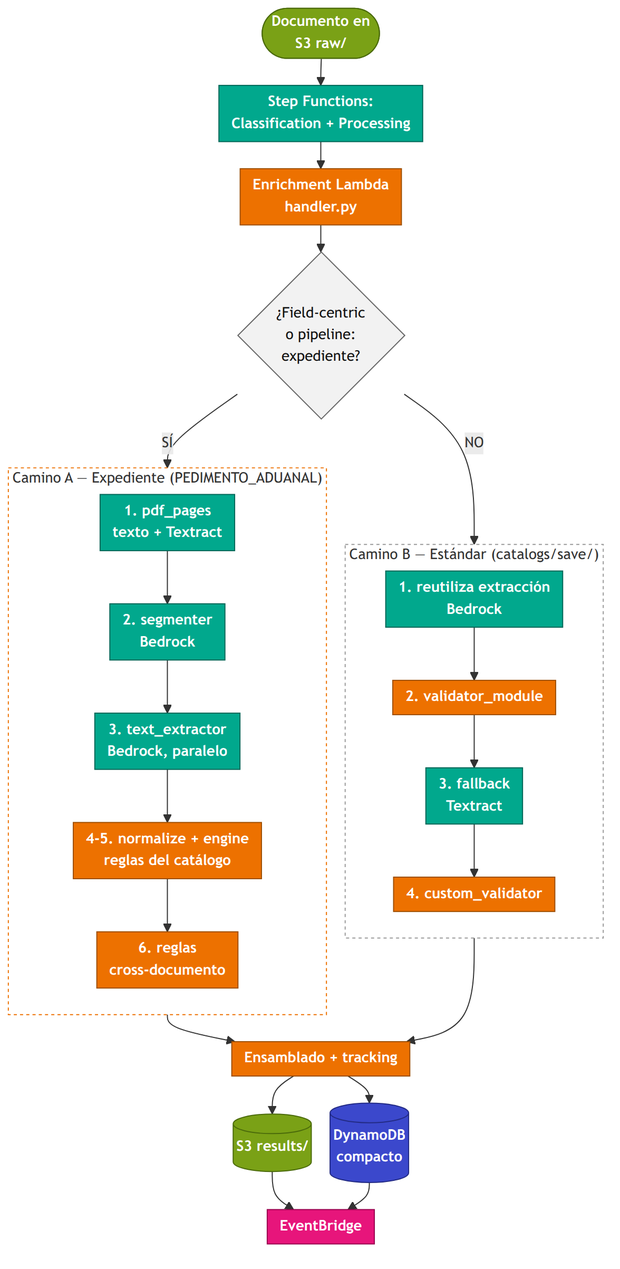
Above: documentacion/diagrams/flujo-ejecucion.png in LuisHM5/idp (Mermaid), before the change. Its source is kept beside it as documentacion/diagrams/flujo-ejecucion.mmd. Its diagram source:
```mermaid
%%{init: {'flowchart': {'nodeSpacing': 18, 'rankSpacing': 26, 'padding': 6, 'curve': 'basis'}, 'themeVariables': {'fontSize': '14px'}}}%%
flowchart TD
    START(["Documento en<br/>S3 raw/"]):::storage --> SFNPRE["Step Functions:<br/>Classification + Processing"]:::ml
    SFNPRE --> H["Enrichment Lambda<br/>handler.py"]:::compute
    H --> DEC{"¿Field-centric<br/>o pipeline:<br/>expediente?"}:::decision

    DEC -->|"SÍ"| CAMINOA
    DEC -->|"NO"| CAMINOB

    subgraph CAMINOA["Camino A — Expediente (PEDIMENTO_ADUANAL)"]
        direction TB
        P1["1. pdf_pages<br/>texto + Textract"]:::ml
        P2["2. segmenter<br/>Bedrock"]:::ml
        P3["3. text_extractor<br/>Bedrock, paralelo"]:::ml
        P4["4-5. normalize + engine<br/>reglas del catálogo"]:::compute
        P6["6. reglas<br/>cross-documento"]:::compute
        P1 --> P2 --> P3 --> P4 --> P6
    end

    subgraph CAMINOB["Camino B — Estándar (catalogs/save/)"]
        direction TB
        S1["1. reutiliza extracción<br/>Bedrock"]:::ml
        S2["2. validator_module"]:::compute
        S3["3. fallback<br/>Textract"]:::ml
        S4["4. custom_validator"]:::compute
        S1 --> S2 --> S3 --> S4
    end

    CAMINOA --> ASM
    CAMINOB --> ASM["Ensamblado + tracking"]:::compute

    ASM --> S3R[("S3 results/")]:::storage
    ASM --> DDB[("DynamoDB<br/>compacto")]:::database
    S3R --> EB["EventBridge"]:::integration
    DDB --> EB

    classDef compute fill:#ED7100,stroke:#9D4E00,color:#fff,font-weight:bold
    classDef storage fill:#7AA116,stroke:#4B6B0B,color:#fff,font-weight:bold
    classDef database fill:#3B48CC,stroke:#232B85,color:#fff,font-weight:bold
    classDef integration fill:#E7157B,stroke:#99034F,color:#fff,font-weight:bold
    classDef ml fill:#01A88D,stroke:#016657,color:#fff,font-weight:bold
    classDef decision fill:#F2F2F2,stroke:#666,color:#111

    style CAMINOA fill:transparent,stroke:#ED7100,stroke-width:1px,stroke-dasharray: 3 3,color:#333
    style CAMINOB fill:transparent,stroke:#999,stroke-width:1px,stroke-dasharray: 3 3,color:#333
```
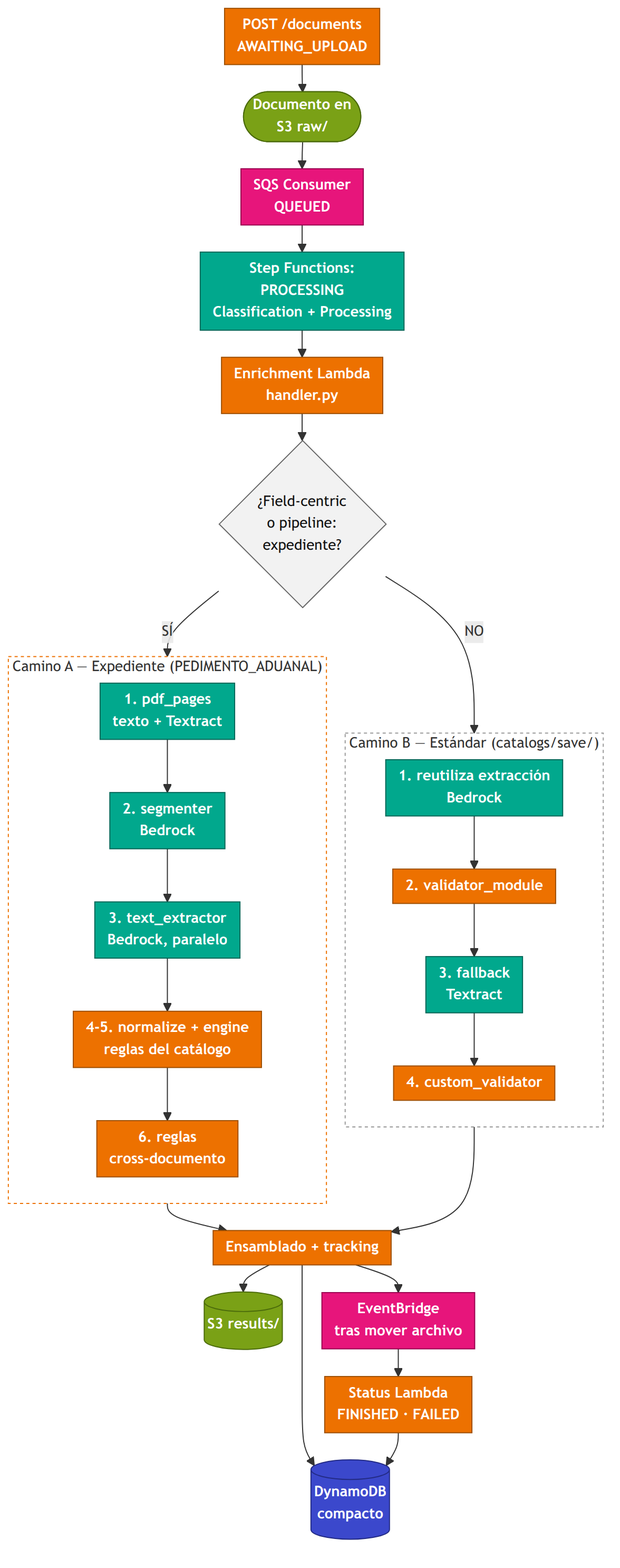
After the commit.

The edit, as a diff of the source:
```diff
@@ -1,6 +1,8 @@
 %%{init: {'flowchart': {'nodeSpacing': 18, 'rankSpacing': 26, 'padding': 6, 'curve': 'basis'}, 'themeVariables': {'fontSize': '14px'}}}%%
 flowchart TD
-    START(["Documento en<br/>S3 raw/"]):::storage --> SFNPRE["Step Functions:<br/>Classification + Processing"]:::ml
+    REGISTER["POST /documents<br/>AWAITING_UPLOAD"]:::compute --> START(["Documento en<br/>S3 raw/"]):::storage
+    START --> QUEUE["SQS Consumer<br/>QUEUED"]:::integration
+    QUEUE --> SFNPRE["Step Functions:<br/>PROCESSING<br/>Classification + Processing"]:::ml
     SFNPRE --> H["Enrichment Lambda<br/>handler.py"]:::compute
     H --> DEC{"¿Field-centric<br/>o pipeline:<br/>expediente?"}:::decision
 
@@ -31,8 +33,9 @@
 
     ASM --> S3R[("S3 results/")]:::storage
     ASM --> DDB[("DynamoDB<br/>compacto")]:::database
-    S3R --> EB["EventBridge"]:::integration
-    DDB --> EB
+    ASM --> EB["EventBridge<br/>tras mover archivo"]:::integration
+    EB --> TERMINAL["Status Lambda<br/>FINISHED · FAILED"]:::compute
+    TERMINAL --> DDB
 
     classDef compute fill:#ED7100,stroke:#9D4E00,color:#fff,font-weight:bold
     classDef storage fill:#7AA116,stroke:#4B6B0B,color:#fff,font-weight:bold
```
